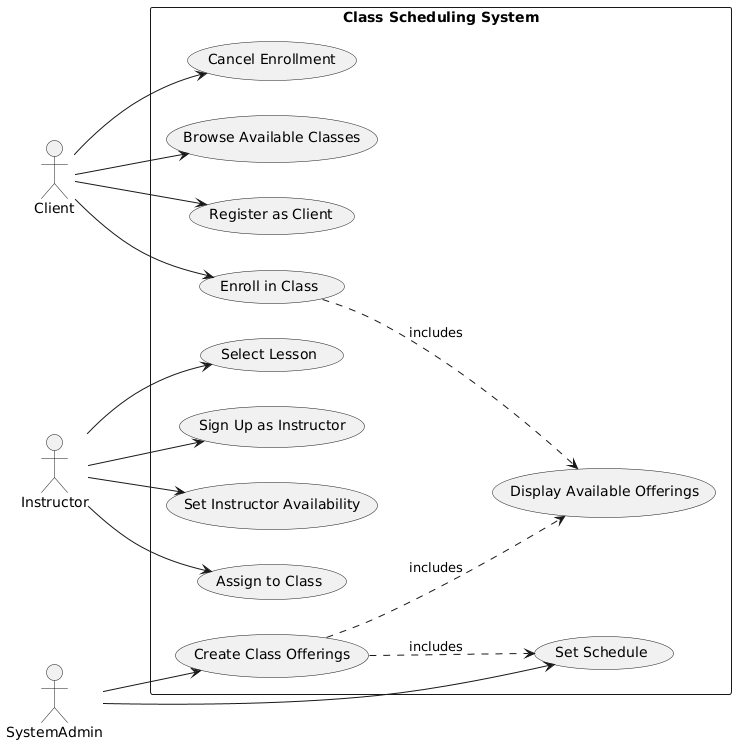
Above: Diagrams/UseCaseRefined.png in ABALkhabbaz/LessonSchedulingSystem (PlantUML), before the change.
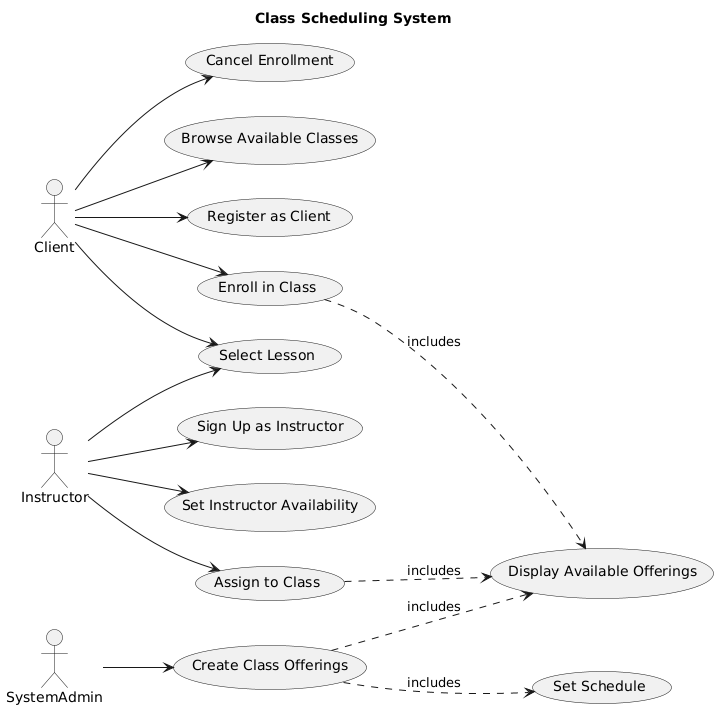
Later version of the same file.

Commit message:
updated use case diagram

Change to the diagram source:
```diff
@@ -1,36 +1,35 @@
 @startuml
 left to right direction
+title Class Scheduling System
 
 actor Client
 actor Instructor
-actor SystemAdmin
+actor SystemAdmin as Admin
 
-rectangle "Class Scheduling System" {
-    usecase "Register as Client" as UC1
-    usecase "Enroll in Class" as UC2
-    usecase "Cancel Enrollment" as UC3
-    usecase "Browse Available Classes" as UC4
-    usecase "Display Available Offerings" as UC5
-    usecase "Assign to Class" as UC6
-    usecase "Select Lesson" as UC7
-    usecase "Sign Up as Instructor" as UC8
-    usecase "Set Instructor Availability" as UC9
-    usecase "Create Class Offerings" as UC10
-    usecase "Set Schedule" as UC11
-}
+usecase "Cancel Enrollment" as U1
+usecase "Browse Available Classes" as U2
+usecase "Register as Client" as U3
+usecase "Enroll in Class" as U4
+usecase "Select Lesson" as U5
+usecase "Sign Up as Instructor" as U6
+usecase "Set Instructor Availability" as U7
+usecase "Assign to Class" as U8
+usecase "Create Class Offerings" as U9
+usecase "Display Available Offerings" as U10
+usecase "Set Schedule" as U11
 
-Client --> UC1
-Client --> UC2
-Client --> UC3
-Client --> UC4
-UC2 -[dashed]-> UC5 : includes
-
-Instructor --> UC6
-Instructor --> UC7
-Instructor --> UC8
-Instructor --> UC9
-SystemAdmin --> UC10
-SystemAdmin --> UC11
-UC10 -[dashed]-> UC11 : includes
-UC10 -[dashed]-> UC5 : includes
+Client --> U1
+Client --> U2
+Client --> U3
+Client --> U4
+U4 ..> U10 : includes
+Client --> U5
+Instructor --> U5
+Instructor --> U6
+Instructor --> U7
+Instructor --> U8
+U8 ..> U10 : includes
+Admin --> U9
+U9 ..> U11 : includes
+U9 ..> U10 : includes
 @enduml
```
